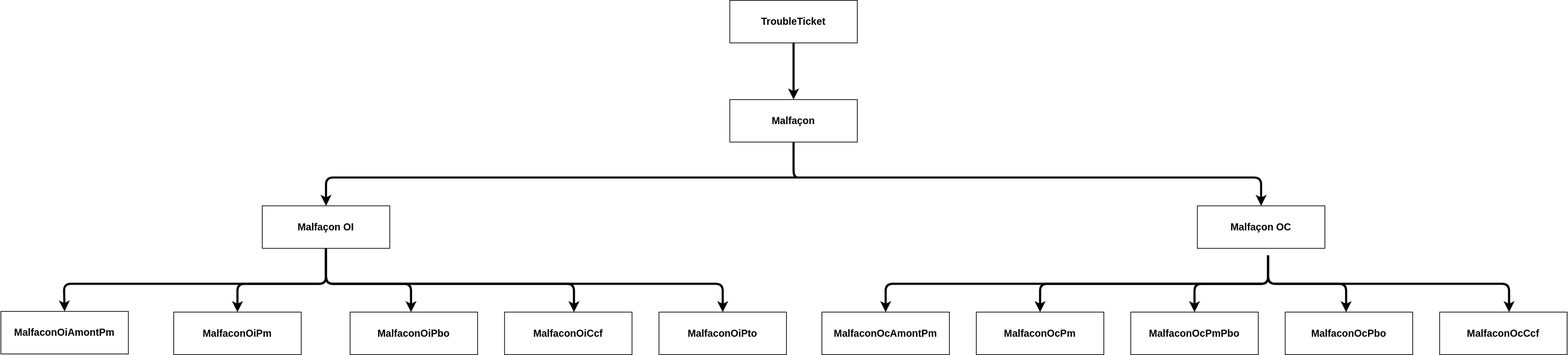
The draw.io diagram type.drawio.svg in before-interop/malfacon, before a commit. Source tidied: cells renumbered, new cells last; positions are measured from the earlier drawing's top-left corner, leaving out a move shared by most shapes.
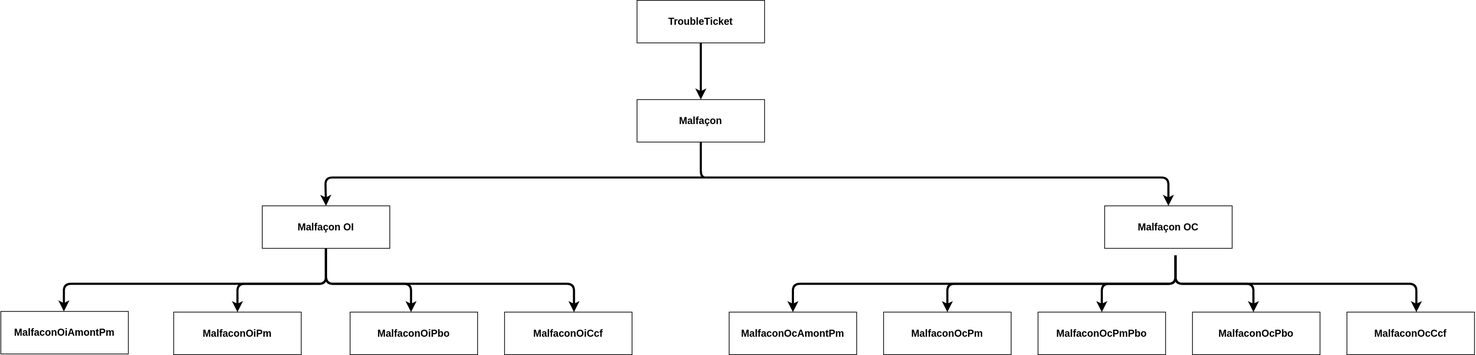
After the change.

Commit message:
fusion OiCcf + OiPto

What changed in the source:
```diff
@@ -7,7 +7,7 @@
         <Array as="points">
           <mxPoint x="1119" y="250" />
           <mxPoint x="1131" y="250" />
-          <mxPoint x="459" y="250" />
+          <mxPoint x="589" y="250" />
         </Array>
       </mxGeometry>
     </mxCell>
@@ -18,65 +18,54 @@
       <mxGeometry x="1029" width="180" height="60" as="geometry" />
     </mxCell>
     <mxCell id="5" value="Malfaçon OI" style="rounded=0;whiteSpace=wrap;html=1;fontStyle=1;fontSize=14;" parent="1" vertex="1">
-      <mxGeometry x="369" y="290" width="180" height="60" as="geometry" />
+      <mxGeometry x="500" y="290" width="180" height="60" as="geometry" />
     </mxCell>
     <mxCell id="6" value="MalfaconOiAmontPm" style="rounded=0;whiteSpace=wrap;html=1;fontStyle=1;fontSize=14;" parent="1" vertex="1">
-      <mxGeometry y="439" width="180" height="60" as="geometry" />
+      <mxGeometry x="131" y="439" width="180" height="60" as="geometry" />
     </mxCell>
     <mxCell id="7" value="MalfaconOiPm" style="rounded=0;whiteSpace=wrap;html=1;fontStyle=1;fontSize=14;" parent="1" vertex="1">
-      <mxGeometry x="244" y="440" width="180" height="60" as="geometry" />
+      <mxGeometry x="375" y="440" width="180" height="60" as="geometry" />
     </mxCell>
     <mxCell id="8" value="MalfaconOiPbo" style="rounded=0;whiteSpace=wrap;html=1;fontStyle=1;fontSize=14;" parent="1" vertex="1">
-      <mxGeometry x="493" y="440" width="180" height="60" as="geometry" />
+      <mxGeometry x="624" y="440" width="180" height="60" as="geometry" />
     </mxCell>
     <mxCell id="9" value="MalfaconOiCcf" style="rounded=0;whiteSpace=wrap;html=1;fontStyle=1;fontSize=14;" parent="1" vertex="1">
-      <mxGeometry x="711" y="440" width="180" height="60" as="geometry" />
+      <mxGeometry x="842" y="440" width="180" height="60" as="geometry" />
     </mxCell>
-    <mxCell id="10" value="MalfaconOiPto" style="rounded=0;whiteSpace=wrap;html=1;fontStyle=1;fontSize=14;" parent="1" vertex="1">
-      <mxGeometry x="929" y="440" width="180" height="60" as="geometry" />
-    </mxCell>
     <mxCell id="11" style="edgeStyle=orthogonalEdgeStyle;html=1;strokeWidth=3;exitX=0.5;exitY=1;exitDx=0;exitDy=0;entryX=0.5;entryY=0;entryDx=0;entryDy=0;" parent="1" edge="1" source="5" target="6">
       <mxGeometry relative="1" as="geometry">
         <Array as="points">
-          <mxPoint x="459" y="400" />
-          <mxPoint x="89" y="400" />
+          <mxPoint x="590" y="400" />
+          <mxPoint x="220" y="400" />
         </Array>
       </mxGeometry>
     </mxCell>
     <mxCell id="12" style="edgeStyle=orthogonalEdgeStyle;html=1;strokeWidth=3;entryX=0.5;entryY=0;entryDx=0;entryDy=0;" parent="1" edge="1" target="7">
       <mxGeometry relative="1" as="geometry">
-        <mxPoint x="459" y="350" as="sourcePoint" />
+        <mxPoint x="590" y="350" as="sourcePoint" />
         <Array as="points">
-          <mxPoint x="459" y="360" />
-          <mxPoint x="459" y="400" />
-          <mxPoint x="147" y="400" />
+          <mxPoint x="590" y="360" />
+          <mxPoint x="590" y="400" />
+          <mxPoint x="278" y="400" />
         </Array>
       </mxGeometry>
     </mxCell>
     <mxCell id="13" style="edgeStyle=orthogonalEdgeStyle;html=1;strokeWidth=3;exitX=0.5;exitY=1;exitDx=0;exitDy=0;" parent="1" edge="1" source="5" target="8">
       <mxGeometry relative="1" as="geometry">
         <Array as="points">
-          <mxPoint x="459" y="400" />
-          <mxPoint x="579" y="400" />
+          <mxPoint x="590" y="400" />
+          <mxPoint x="710" y="400" />
         </Array>
       </mxGeometry>
     </mxCell>
     <mxCell id="14" style="edgeStyle=orthogonalEdgeStyle;html=1;strokeWidth=3;exitX=0.5;exitY=1;exitDx=0;exitDy=0;" parent="1" edge="1" source="5" target="9">
       <mxGeometry relative="1" as="geometry">
         <Array as="points">
-          <mxPoint x="459" y="400" />
-          <mxPoint x="809" y="400" />
+          <mxPoint x="590" y="400" />
+          <mxPoint x="940" y="400" />
         </Array>
       </mxGeometry>
     </mxCell>
-    <mxCell id="15" style="edgeStyle=orthogonalEdgeStyle;html=1;strokeWidth=3;exitX=0.5;exitY=1;exitDx=0;exitDy=0;entryX=0.5;entryY=0;entryDx=0;entryDy=0;" parent="1" edge="1" source="5" target="10">
-      <mxGeometry relative="1" as="geometry">
-        <Array as="points">
-          <mxPoint x="459" y="400" />
-          <mxPoint x="1019" y="400" />
-        </Array>
-      </mxGeometry>
-    </mxCell>
     <mxCell id="16" value="MalfaconOcPmPbo" style="rounded=0;whiteSpace=wrap;html=1;fontStyle=1;fontSize=14;" parent="1" vertex="1">
       <mxGeometry x="1595" y="440" width="180" height="60" as="geometry" />
     </mxCell>
```
